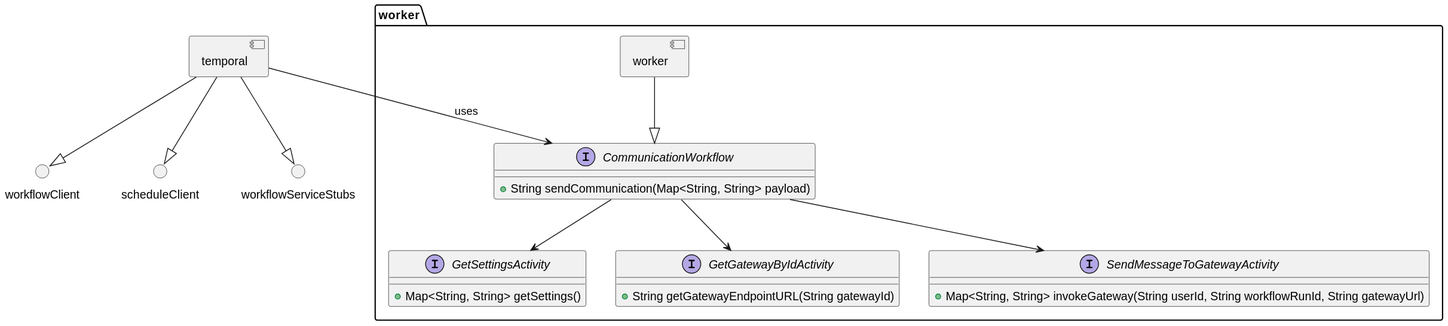
CameronWard301/communication_scheduler keeps this PlantUML diagram as Designs/Images/System Context/Components/WorkerInterfaces.svg. Above is the earlier version.
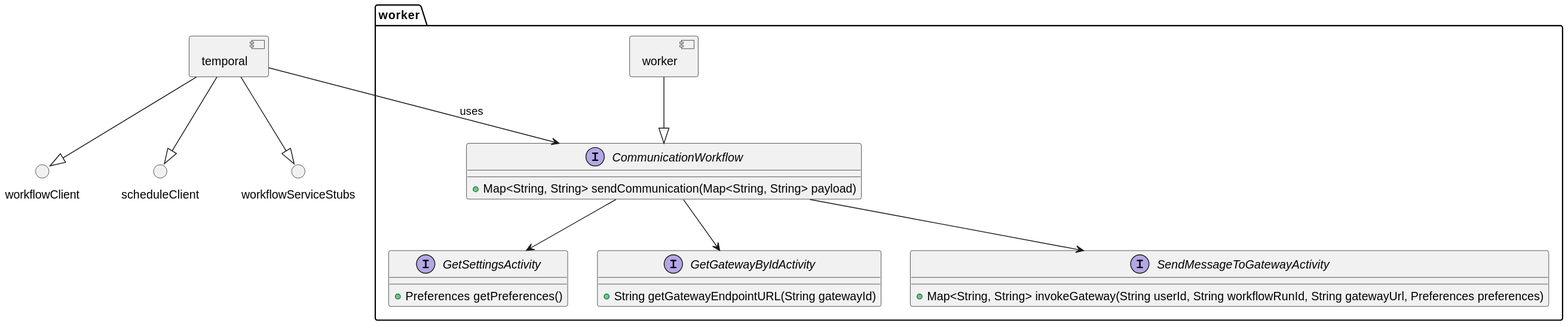
Above is the later version.

The edit, as a diff of the source:
```diff
@@ -17,22 +17,19 @@
     }
 
     interface CommunicationWorkflow {
-        + String sendCommunication(Map<String, String> payload)
-
+        + Map<String, String> sendCommunication(Map<String, String> payload)
     }
 
     interface GetSettingsActivity {
-        + Map<String, String> getSettings()
-
+        + Preferences getPreferences()
     }
 
     interface GetGatewayByIdActivity {
         + String getGatewayEndpointURL(String gatewayId)
-
     }
 
     interface SendMessageToGatewayActivity {
-        + Map<String, String> invokeGateway(String userId, String workflowRunId, String gatewayUrl)
+        + Map<String, String> invokeGateway(String userId, String workflowRunId, String gatewayUrl, Preferences preferences)
     }
 
     worker --|> CommunicationWorkflow
```
